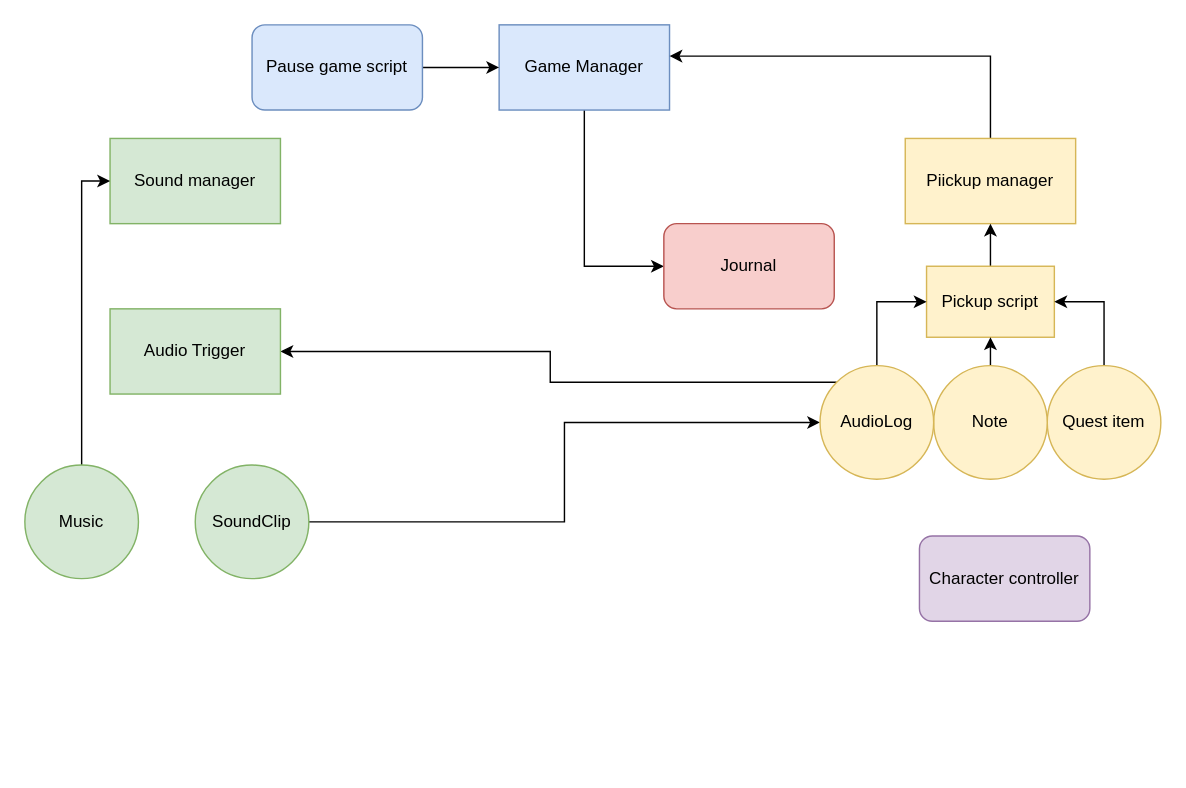
Earlier version of the draw.io diagram Untitled Diagram.drawio (FastLite/TheInn_game). Source tidied: cells renumbered, new cells numbered last; positions are measured from the earlier drawing's top-left corner, leaving out a move shared by most shapes. Both pictures are drawn from the tidied source at 142%, with x=0, y=0 at pixel (24, 24).
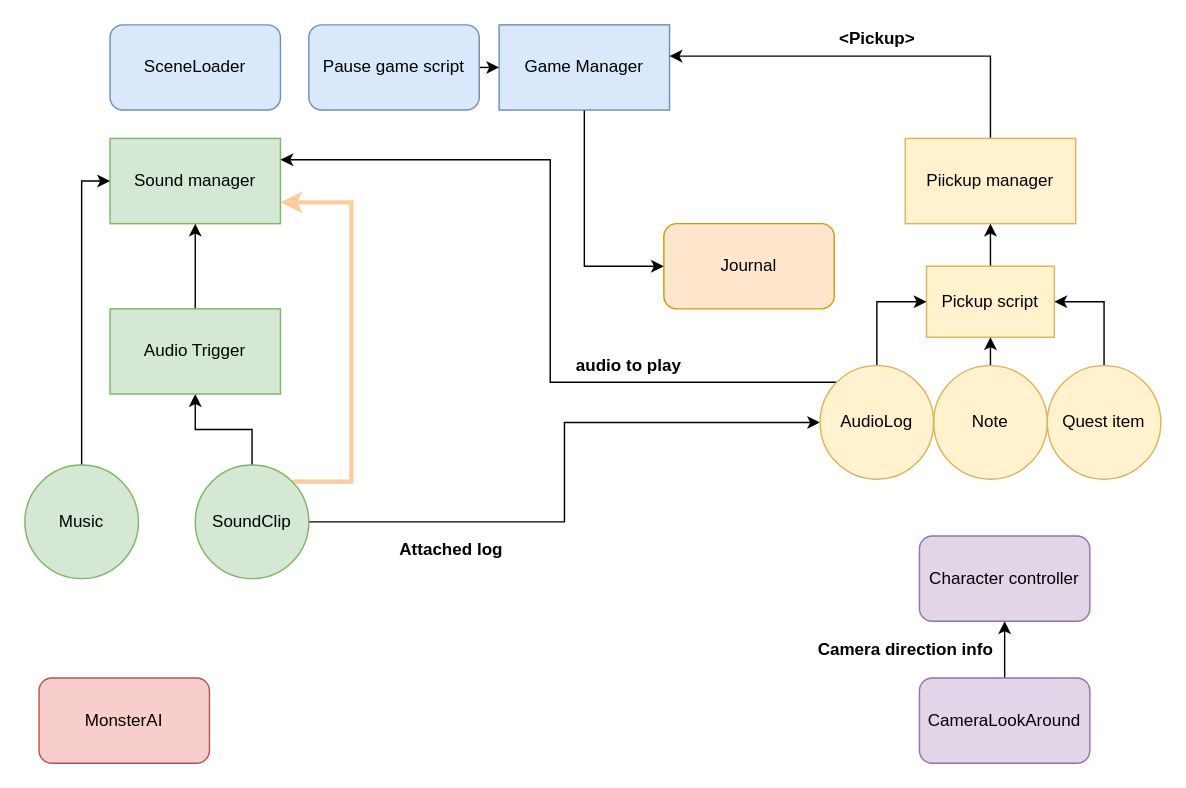
The same page after the edit.

Unchanged cells that the change refers to:
```xml
<mxCell id="8" value="Sound manager" style="rounded=0;whiteSpace=wrap;html=1;fillColor=#d5e8d4;strokeColor=#82b366;" parent="1" vertex="1">
  <mxGeometry x="60" y="80" width="120" height="60" as="geometry" />
</mxCell>
<mxCell id="9" value="Character controller" style="rounded=1;whiteSpace=wrap;html=1;fillColor=#e1d5e7;strokeColor=#9673a6;" parent="1" vertex="1">
  <mxGeometry x="630" y="360" width="120" height="60" as="geometry" />
</mxCell>
<mxCell id="14" value="SoundClip" style="ellipse;whiteSpace=wrap;html=1;fillColor=#d5e8d4;strokeColor=#82b366;" parent="1" vertex="1">
  <mxGeometry x="120" y="310" width="80" height="80" as="geometry" />
</mxCell>
<mxCell id="21" value="AudioLog" style="ellipse;whiteSpace=wrap;html=1;fillColor=#fff2cc;strokeColor=#d6b656;" parent="1" vertex="1">
  <mxGeometry x="560" y="240" width="80" height="80" as="geometry" />
</mxCell>
<mxCell id="22" value="Audio Trigger" style="rounded=0;whiteSpace=wrap;html=1;fillColor=#d5e8d4;strokeColor=#82b366;" parent="1" vertex="1">
  <mxGeometry x="60" y="200" width="120" height="60" as="geometry" />
</mxCell>
```

What changed in the source:
```diff
@@
     <mxCell id="11" value="Pause game script" style="rounded=1;whiteSpace=wrap;html=1;fillColor=#dae8fc;strokeColor=#6c8ebf;" parent="1" vertex="1">
-      <mxGeometry x="160" width="120" height="60" as="geometry" />
+      <mxGeometry x="200" width="120" height="60" as="geometry" />
     </mxCell>
-    <mxCell id="12" value="Journal" style="rounded=1;whiteSpace=wrap;html=1;fillColor=#f8cecc;strokeColor=#b85450;" parent="1" vertex="1">
+    <mxCell id="12" value="Journal" style="rounded=1;whiteSpace=wrap;html=1;fillColor=#ffe6cc;strokeColor=#d79b00;" parent="1" vertex="1">
       <mxGeometry x="450" y="140" width="120" height="60" as="geometry" />
     </mxCell>
@@
+    <mxCell id="25" style="edgeStyle=orthogonalEdgeStyle;rounded=0;jettySize=auto;html=1;exitX=0.5;exitY=0;exitDx=0;exitDy=0;entryX=0.5;entryY=1;entryDx=0;entryDy=0;" parent="1" edge="1" source="14" target="22">
+      <mxGeometry relative="1" as="geometry" />
+    </mxCell>
+    <mxCell id="26" style="edgeStyle=orthogonalEdgeStyle;rounded=0;jettySize=auto;html=1;exitX=1;exitY=0;exitDx=0;exitDy=0;entryX=1;entryY=0.75;entryDx=0;entryDy=0;strokeColor=#FFCC99;strokeWidth=3;" parent="1" edge="1" source="14" target="8">
+      <mxGeometry relative="1" as="geometry">
+        <Array as="points">
+          <mxPoint x="230" y="322" />
+          <mxPoint x="230" y="125" />
+        </Array>
+      </mxGeometry>
+    </mxCell>
@@
-    <mxCell id="19" style="edgeStyle=orthogonalEdgeStyle;rounded=0;jettySize=auto;html=1;exitX=0;exitY=0;exitDx=0;exitDy=0;entryX=1;entryY=0.5;entryDx=0;entryDy=0;" parent="1" edge="1" source="21" target="22">
+    <mxCell id="19" style="edgeStyle=orthogonalEdgeStyle;rounded=0;jettySize=auto;html=1;exitX=0;exitY=0;exitDx=0;exitDy=0;entryX=1;entryY=0.25;entryDx=0;entryDy=0;" parent="1" edge="1" source="21" target="8">
       <mxGeometry relative="1" as="geometry" />
     </mxCell>
@@
+    <mxCell id="27" style="edgeStyle=orthogonalEdgeStyle;rounded=0;jettySize=auto;html=1;exitX=0.5;exitY=0;exitDx=0;exitDy=0;entryX=0.5;entryY=1;entryDx=0;entryDy=0;strokeColor=#000000;strokeWidth=1;" parent="1" edge="1" source="22" target="8">
+      <mxGeometry relative="1" as="geometry" />
+    </mxCell>
@@
+    <mxCell id="28" style="edgeStyle=orthogonalEdgeStyle;rounded=0;jettySize=auto;html=1;exitX=0.5;exitY=0;exitDx=0;exitDy=0;entryX=0.5;entryY=1;entryDx=0;entryDy=0;" parent="1" edge="1" source="29" target="9">
+      <mxGeometry relative="1" as="geometry" />
+    </mxCell>
+    <mxCell id="29" value="CameraLookAround" style="rounded=1;whiteSpace=wrap;html=1;fillColor=#e1d5e7;strokeColor=#9673a6;" parent="1" vertex="1">
+      <mxGeometry x="630" y="460" width="120" height="60" as="geometry" />
+    </mxCell>
+    <mxCell id="30" value="MonsterAI" style="rounded=1;whiteSpace=wrap;html=1;fillColor=#f8cecc;strokeColor=#b85450;" parent="1" vertex="1">
+      <mxGeometry x="10" y="460" width="120" height="60" as="geometry" />
+    </mxCell>
+    <mxCell id="31" value="SceneLoader" style="rounded=1;whiteSpace=wrap;html=1;fillColor=#dae8fc;strokeColor=#6c8ebf;" parent="1" vertex="1">
+      <mxGeometry x="60" width="120" height="60" as="geometry" />
+    </mxCell>
+    <mxCell id="32" value="&amp;lt;Pickup&amp;gt;" style="text;html=1;align=center;verticalAlign=middle;strokeColor=none;fillColor=none;strokeWidth=3;rounded=0;shadow=0;fontStyle=1;" parent="1" vertex="1">
+      <mxGeometry x="565" width="70" height="20" as="geometry" />
+    </mxCell>
+    <mxCell id="33" value="Camera direction info" style="text;html=1;align=center;verticalAlign=middle;strokeColor=none;fillColor=none;strokeWidth=3;rounded=0;shadow=0;fontStyle=1;" parent="1" vertex="1">
+      <mxGeometry x="550" y="430" width="140" height="20" as="geometry" />
+    </mxCell>
+    <mxCell id="34" value="Attached log" style="text;html=1;align=center;verticalAlign=middle;strokeColor=none;fillColor=none;strokeWidth=3;rounded=0;shadow=0;fontStyle=1;" parent="1" vertex="1">
+      <mxGeometry x="255" y="360" width="90" height="20" as="geometry" />
+    </mxCell>
+    <mxCell id="35" value="audio to play" style="text;html=1;align=center;verticalAlign=middle;strokeColor=none;fillColor=none;strokeWidth=3;rounded=0;shadow=0;fontStyle=1;" parent="1" vertex="1">
+      <mxGeometry x="380" y="230" width="90" height="20" as="geometry" />
+    </mxCell>
```
